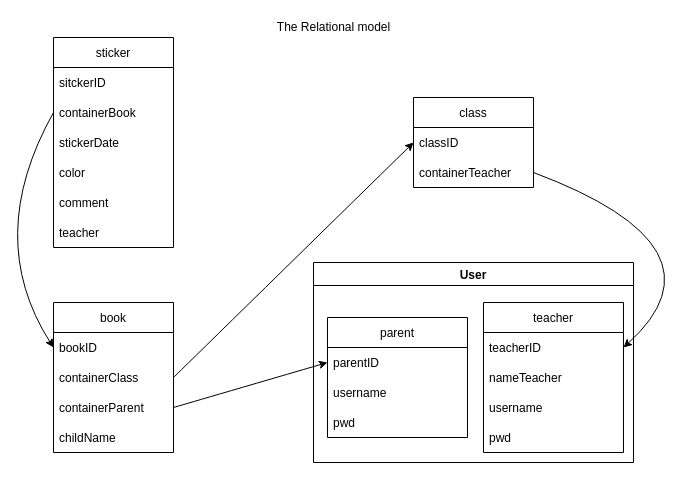
The draw.io diagram page "Relational" (2 of 4) of diagrams/diagram.drawio in TGelly/StickersApp, before the edit. Source tidied: cells renumbered, new cells numbered last; positions are measured from the earlier drawing's top-left corner, leaving out a move shared by most shapes. Both pictures are drawn from the tidied source at 100%, with x=0, y=0 at pixel (-17, 17).
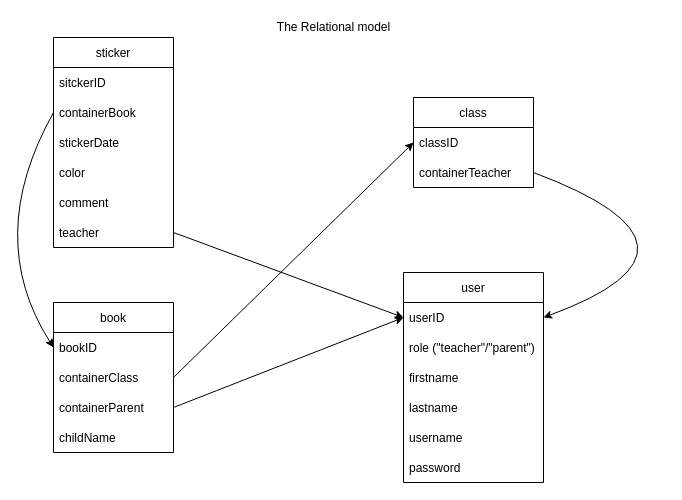
Above is the later version.

The change refers to these unchanged cells:
```xml
<mxCell id="8" value="teacher" style="text;strokeColor=none;fillColor=none;align=left;verticalAlign=middle;spacingLeft=4;spacingRight=4;overflow=hidden;points=[[0,0.5],[1,0.5]];portConstraint=eastwest;" parent="2" vertex="1">
  <mxGeometry y="180" width="120" height="30" as="geometry" />
</mxCell>
<mxCell id="12" value="containerParent" style="text;strokeColor=none;fillColor=none;align=left;verticalAlign=middle;spacingLeft=4;spacingRight=4;overflow=hidden;points=[[0,0.5],[1,0.5]];portConstraint=eastwest;" parent="9" vertex="1">
  <mxGeometry y="90" width="120" height="30" as="geometry" />
</mxCell>
```

What changed in the source:
```diff
@@
-    <mxCell id="17" value="User" style="swimlane;" parent="1" vertex="1">
-      <mxGeometry x="330" y="245" width="320" height="200" as="geometry" />
-    </mxCell>
-    <mxCell id="18" value="teacher" style="swimlane;fontStyle=0;horizontal=1;startSize=30;" parent="17" vertex="1">
-      <mxGeometry x="170" y="40" width="140" height="150" as="geometry" />
-    </mxCell>
-    <mxCell id="19" value="teacherID" style="text;strokeColor=none;fillColor=none;align=left;verticalAlign=middle;spacingLeft=4;spacingRight=4;overflow=hidden;points=[[0,0.5],[1,0.5]];portConstraint=eastwest;" parent="18" vertex="1">
-      <mxGeometry y="30" width="140" height="30" as="geometry" />
-    </mxCell>
-    <mxCell id="20" value="nameTeacher" style="text;strokeColor=none;fillColor=none;align=left;verticalAlign=middle;spacingLeft=4;spacingRight=4;overflow=hidden;" parent="18" vertex="1">
-      <mxGeometry y="60" width="140" height="30" as="geometry" />
-    </mxCell>
-    <mxCell id="21" value="username" style="text;strokeColor=none;fillColor=none;align=left;verticalAlign=middle;spacingLeft=4;spacingRight=4;overflow=hidden;" parent="18" vertex="1">
-      <mxGeometry y="90" width="140" height="30" as="geometry" />
-    </mxCell>
-    <mxCell id="22" value="pwd" style="text;strokeColor=none;fillColor=none;align=left;verticalAlign=middle;spacingLeft=4;spacingRight=4;overflow=hidden;" parent="18" vertex="1">
-      <mxGeometry y="120" width="140" height="30" as="geometry" />
-    </mxCell>
-    <mxCell id="23" value="parent" style="swimlane;fontStyle=0;horizontal=1;startSize=30;" parent="17" vertex="1">
-      <mxGeometry x="14" y="55" width="140" height="120" as="geometry" />
-    </mxCell>
-    <mxCell id="24" value="parentID" style="text;strokeColor=none;fillColor=none;align=left;verticalAlign=middle;spacingLeft=4;spacingRight=4;overflow=hidden;points=[[0,0.5],[1,0.5]];portConstraint=eastwest;" parent="23" vertex="1">
-      <mxGeometry y="30" width="140" height="30" as="geometry" />
-    </mxCell>
-    <mxCell id="25" value="username" style="text;strokeColor=none;fillColor=none;align=left;verticalAlign=middle;spacingLeft=4;spacingRight=4;overflow=hidden;" parent="23" vertex="1">
-      <mxGeometry y="60" width="140" height="30" as="geometry" />
-    </mxCell>
-    <mxCell id="26" value="pwd" style="text;strokeColor=none;fillColor=none;align=left;verticalAlign=middle;spacingLeft=4;spacingRight=4;overflow=hidden;" parent="23" vertex="1">
-      <mxGeometry y="90" width="140" height="30" as="geometry" />
-    </mxCell>
@@
-    <mxCell id="31" style="edgeStyle=none;curved=1;html=1;exitX=1;exitY=0.5;exitDx=0;exitDy=0;entryX=0;entryY=0.5;entryDx=0;entryDy=0;" parent="1" edge="1" source="12" target="24">
+    <mxCell id="31" style="edgeStyle=none;curved=1;html=1;exitX=1;exitY=0.5;exitDx=0;exitDy=0;entryX=0;entryY=0.5;entryDx=0;entryDy=0;" parent="1" edge="1" source="12" target="19">
       <mxGeometry relative="1" as="geometry" />
     </mxCell>
+    <mxCell id="18" value="user" style="swimlane;fontStyle=0;horizontal=1;startSize=30;" parent="1" vertex="1">
+      <mxGeometry x="420" y="255" width="140" height="210" as="geometry" />
+    </mxCell>
+    <mxCell id="19" value="userID" style="text;strokeColor=none;fillColor=none;align=left;verticalAlign=middle;spacingLeft=4;spacingRight=4;overflow=hidden;points=[[0,0.5],[1,0.5]];portConstraint=eastwest;" parent="18" vertex="1">
+      <mxGeometry y="30" width="140" height="30" as="geometry" />
+    </mxCell>
+    <mxCell id="32" value="role (&quot;teacher&quot;/&quot;parent&quot;)" style="text;strokeColor=none;fillColor=none;align=left;verticalAlign=middle;spacingLeft=4;spacingRight=4;overflow=hidden;" parent="18" vertex="1">
+      <mxGeometry y="60" width="140" height="30" as="geometry" />
+    </mxCell>
+    <mxCell id="20" value="firstname" style="text;strokeColor=none;fillColor=none;align=left;verticalAlign=middle;spacingLeft=4;spacingRight=4;overflow=hidden;" parent="18" vertex="1">
+      <mxGeometry y="90" width="140" height="30" as="geometry" />
+    </mxCell>
+    <mxCell id="33" value="lastname" style="text;strokeColor=none;fillColor=none;align=left;verticalAlign=middle;spacingLeft=4;spacingRight=4;overflow=hidden;" parent="18" vertex="1">
+      <mxGeometry y="120" width="140" height="30" as="geometry" />
+    </mxCell>
+    <mxCell id="21" value="username" style="text;strokeColor=none;fillColor=none;align=left;verticalAlign=middle;spacingLeft=4;spacingRight=4;overflow=hidden;" parent="18" vertex="1">
+      <mxGeometry y="150" width="140" height="30" as="geometry" />
+    </mxCell>
+    <mxCell id="22" value="password" style="text;strokeColor=none;fillColor=none;align=left;verticalAlign=middle;spacingLeft=4;spacingRight=4;overflow=hidden;" parent="18" vertex="1">
+      <mxGeometry y="180" width="140" height="30" as="geometry" />
+    </mxCell>
+    <mxCell id="34" style="edgeStyle=none;html=1;exitX=1;exitY=0.5;exitDx=0;exitDy=0;entryX=0;entryY=0.5;entryDx=0;entryDy=0;" parent="1" edge="1" source="8" target="19">
+      <mxGeometry relative="1" as="geometry" />
+    </mxCell>
```
